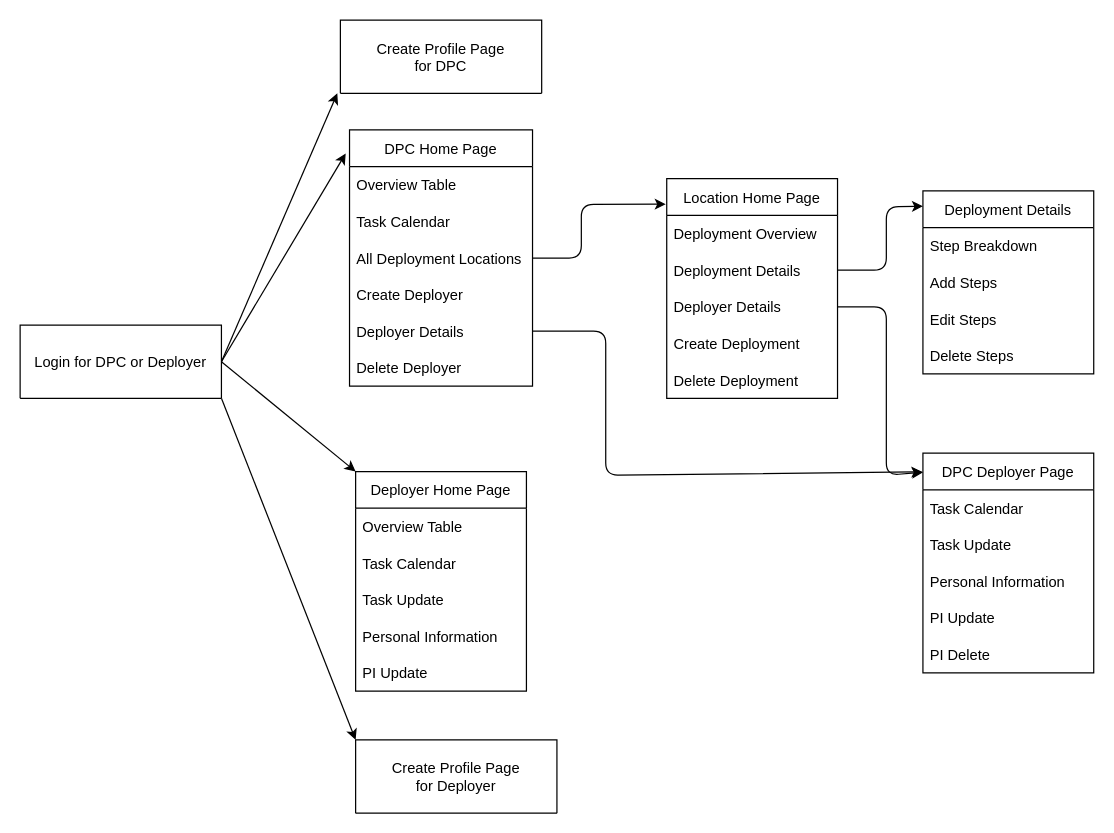
Above: Components.drawio in wmalott23/Capstone (draw.io), before the change. Source tidied: cells renumbered, new cells numbered last; positions are measured from the earlier drawing's top-left corner, leaving out a move shared by most shapes. Both pictures are drawn from the tidied source at 122%, with x=0, y=0 at pixel (20, 20).
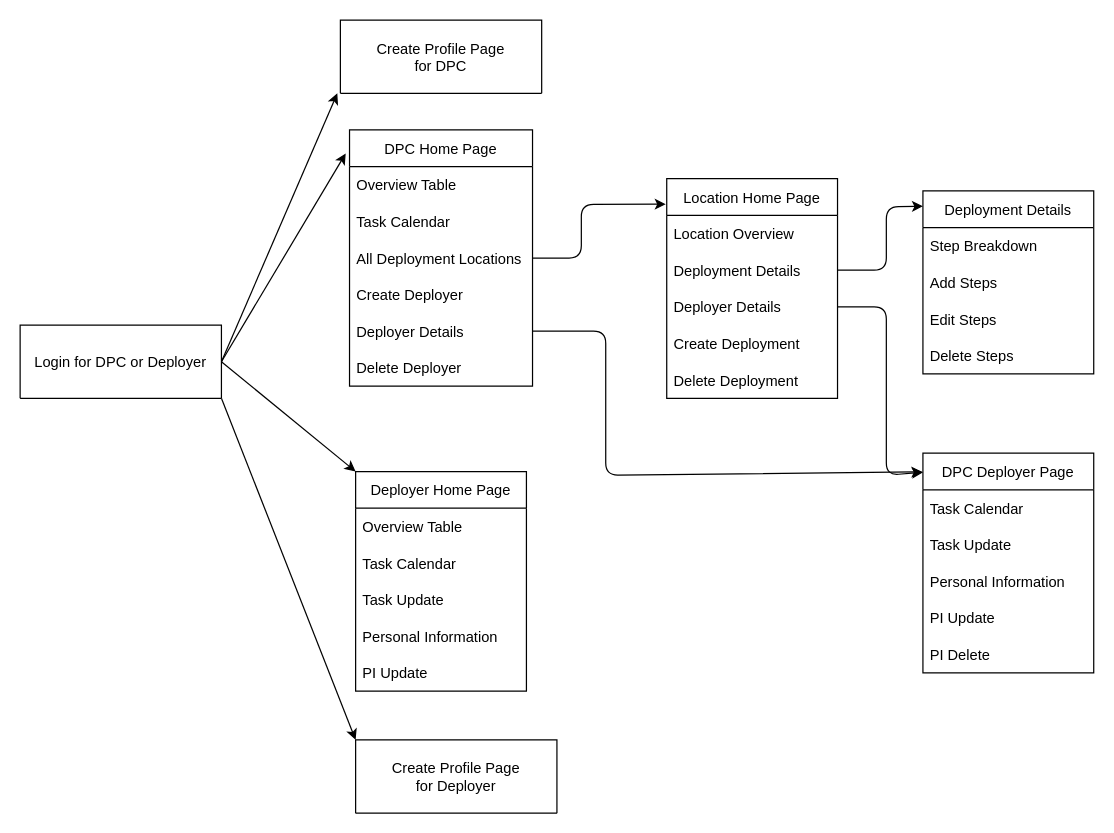
The same page after the edit.

Commit message (it also covers changes not shown here):
Attempting to circumvent bug in location page

Unchanged cells that the change refers to:
```xml
<mxCell id="21" value="Location Home Page" style="swimlane;fontStyle=0;horizontal=1;startSize=30;" parent="1" vertex="1">
  <mxGeometry x="530" y="130" width="140" height="180" as="geometry" />
</mxCell>
```

Change to the diagram source:
```diff
@@
-    <mxCell id="22" value="Deployment Overview" style="text;strokeColor=none;fillColor=none;align=left;verticalAlign=middle;spacingLeft=4;spacingRight=4;overflow=hidden;" parent="21" vertex="1">
+    <mxCell id="22" value="Location Overview" style="text;strokeColor=none;fillColor=none;align=left;verticalAlign=middle;spacingLeft=4;spacingRight=4;overflow=hidden;" parent="21" vertex="1">
       <mxGeometry y="30" width="140" height="30" as="geometry" />
     </mxCell>
```
